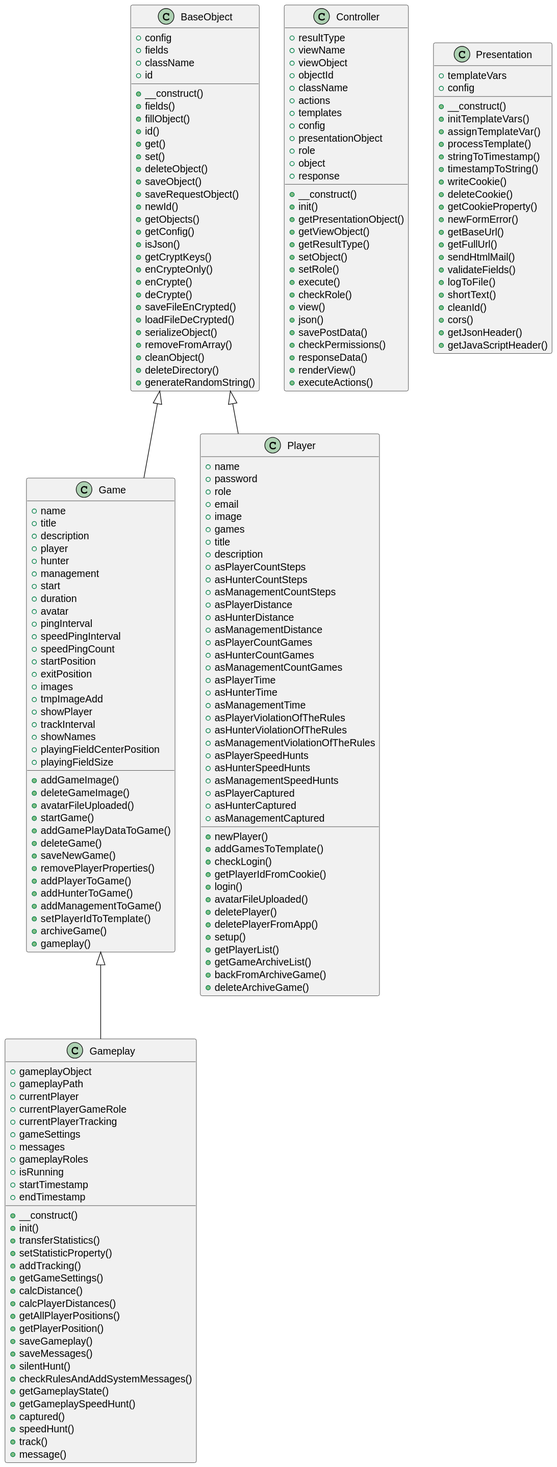
Before: includes/docs/php/graphs/classes.svg, a diagram exported from PlantUML (septem-sensu/friendshunt).
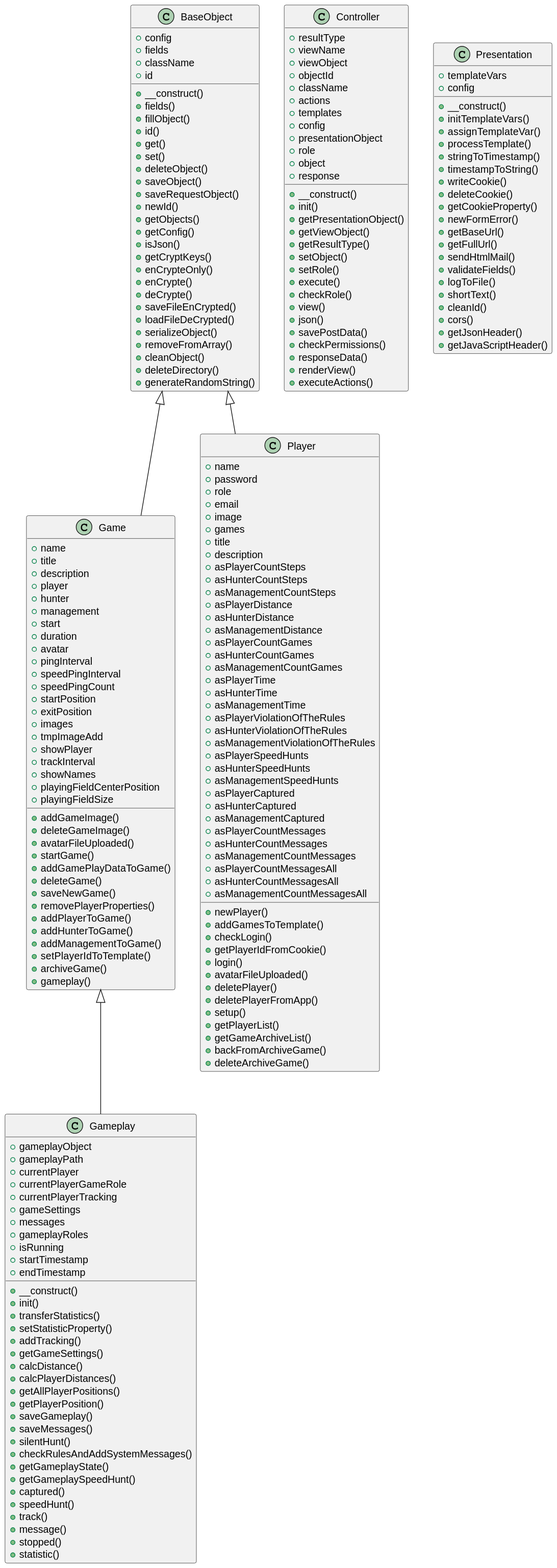
After the change.

Diff of the diagram source:
```diff
@@ -131,6 +131,8 @@
   +speedHunt()
   +track()
   +message()
+  +stopped()
+  +statistic()
 }
 
 class Player {
@@ -163,6 +165,12 @@
   +asPlayerCaptured
   +asHunterCaptured
   +asManagementCaptured
+  +asPlayerCountMessages
+  +asHunterCountMessages
+  +asManagementCountMessages
+  +asPlayerCountMessagesAll
+  +asHunterCountMessagesAll
+  +asManagementCountMessagesAll
   +newPlayer()
   +addGamesToTemplate()
   +checkLogin()
```
